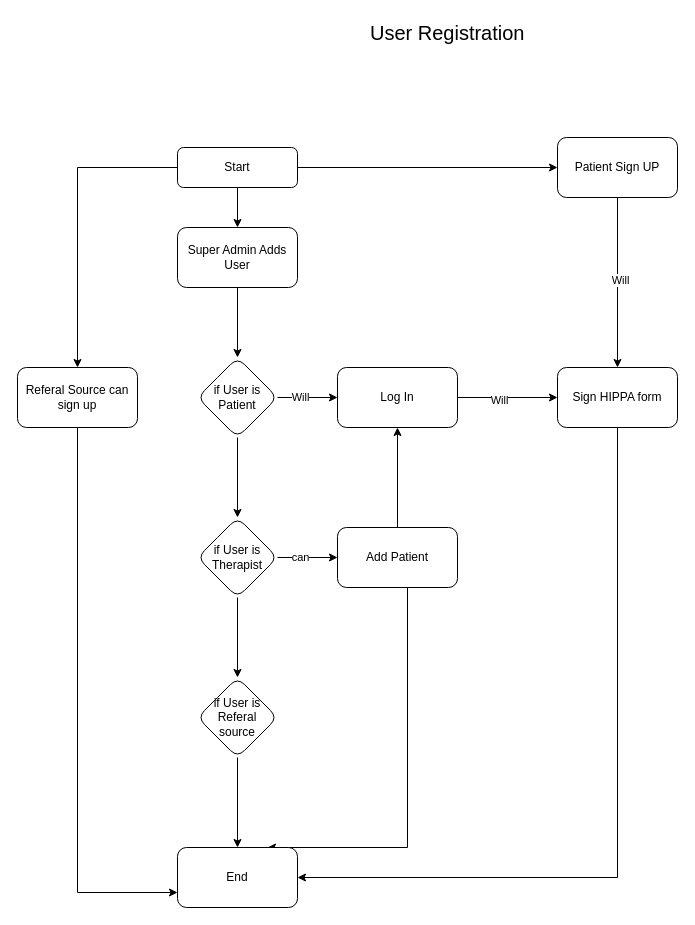
This is page "Registration" (1 of 2) of Untitled Diagram.drawio from neel045/acme-rockets, a draw.io file, before an edit. Source tidied: cells renumbered, new cells numbered last; positions are measured from the earlier drawing's top-left corner, leaving out a move shared by most shapes. Both pictures are drawn from the tidied source at 100%, with x=0, y=0 at pixel (17, 17).
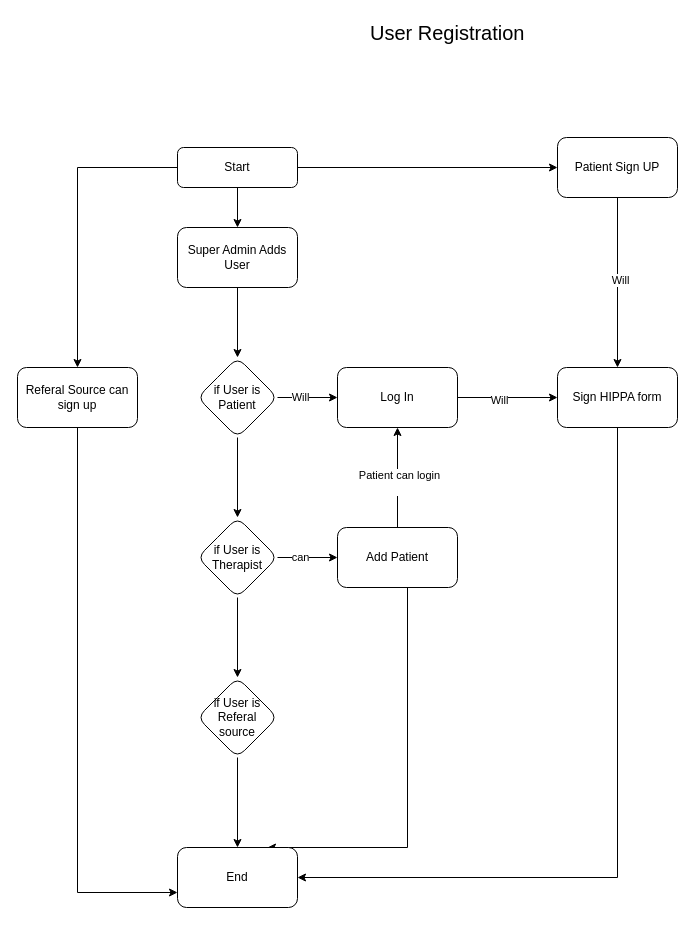
The same page after the edit.

The change refers to these unchanged cells:
```xml
<mxCell id="24" style="edgeStyle=orthogonalEdgeStyle;rounded=0;jettySize=auto;html=1;entryX=0.5;entryY=1;entryDx=0;entryDy=0;" parent="1" edge="1" source="26" target="14">
  <mxGeometry relative="1" as="geometry" />
</mxCell>
```

Diff of the diagram source:
```diff
@@
+    <mxCell id="33" value="Patient can login&lt;div&gt;&lt;br&gt;&lt;/div&gt;" style="edgeLabel;html=1;align=center;verticalAlign=middle;" parent="24" vertex="1">
+      <mxGeometry x="-0.09" y="-1" relative="1" as="geometry" />
+    </mxCell>
```
